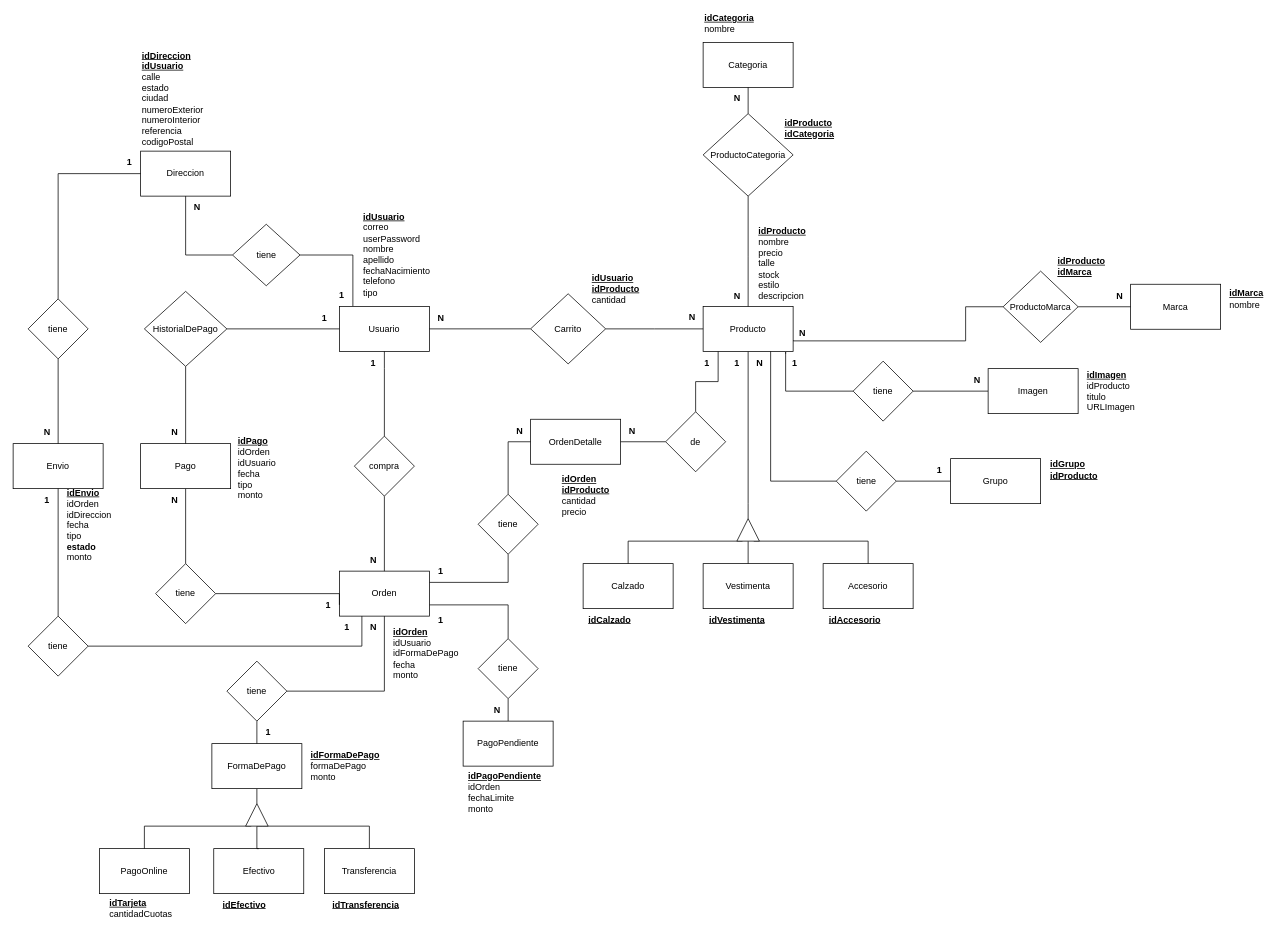
The draw.io diagram documentacion-Ecommerce/MEREcommerce.drawio in YolausGG/ProyectosReact-TrocheGodoy, before the edit. Source tidied: cells renumbered, new cells numbered last; positions are measured from the earlier drawing's top-left corner, leaving out a move shared by most shapes. Both pictures are drawn from the tidied source at 75%, with x=0, y=0 at pixel (13, 16).
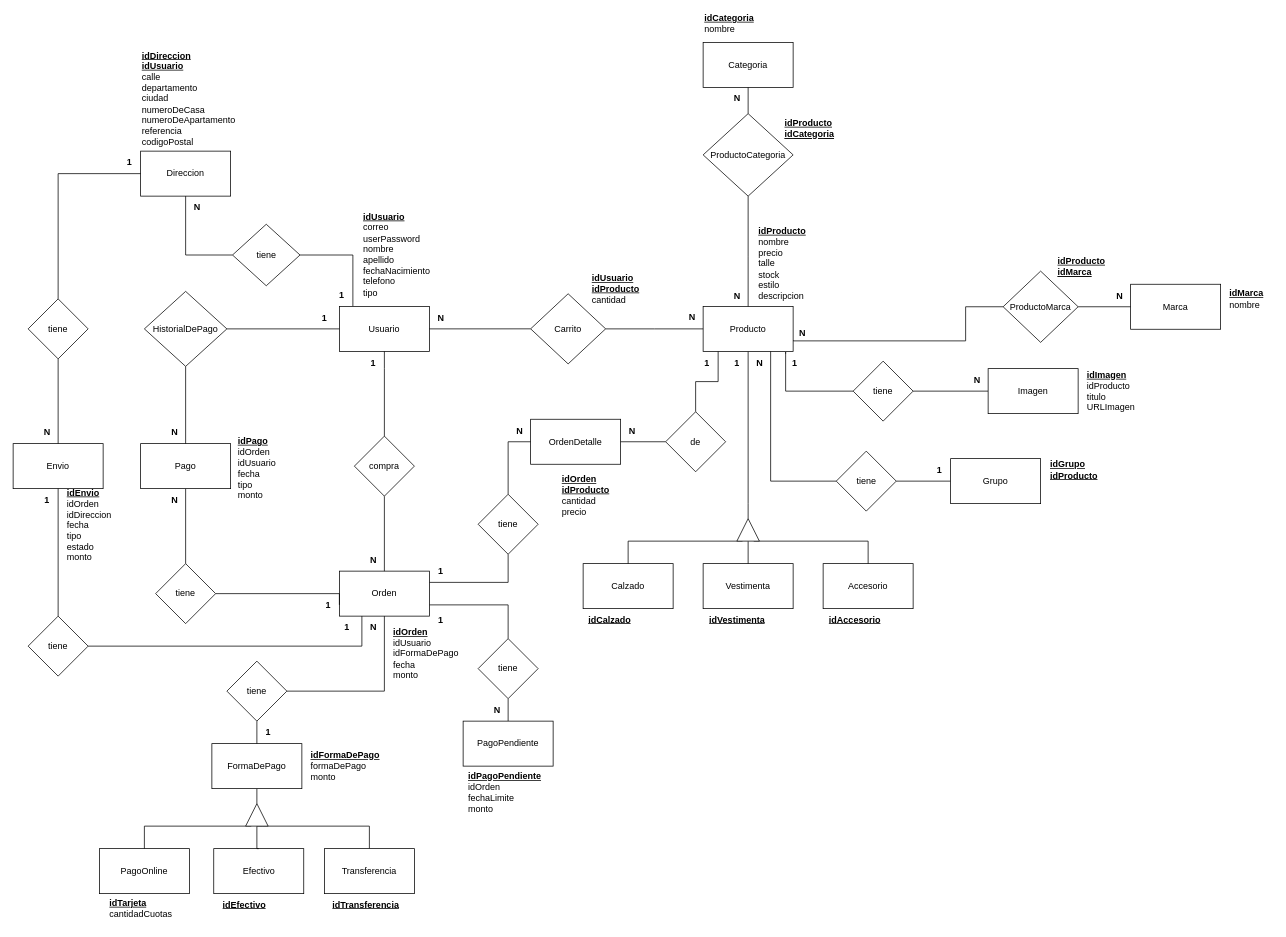
The same diagram, later.

What changed in the source:
```diff
@@
-    <mxCell id="114" value="&lt;u&gt;idDireccion&lt;/u&gt;&lt;div&gt;&lt;u&gt;idUsuario&lt;br&gt;&lt;/u&gt;&lt;div&gt;&lt;span style=&quot;font-weight: normal;&quot;&gt;calle&lt;/span&gt;&lt;/div&gt;&lt;div&gt;&lt;span style=&quot;font-weight: normal;&quot;&gt;estado&lt;/span&gt;&lt;/div&gt;&lt;div&gt;&lt;span style=&quot;font-weight: normal;&quot;&gt;ciudad&lt;/span&gt;&lt;/div&gt;&lt;div&gt;&lt;span style=&quot;font-weight: normal;&quot;&gt;numeroExterior&lt;/span&gt;&lt;/div&gt;&lt;div&gt;&lt;span style=&quot;font-weight: normal;&quot;&gt;numeroInterior&lt;/span&gt;&lt;/div&gt;&lt;div&gt;&lt;span style=&quot;font-weight: normal;&quot;&gt;referencia&lt;/span&gt;&lt;/div&gt;&lt;div&gt;&lt;span style=&quot;font-weight: normal;&quot;&gt;codigoPostal&lt;/span&gt;&lt;/div&gt;&lt;/div&gt;" style="text;html=1;strokeColor=none;fillColor=none;align=left;verticalAlign=middle;whiteSpace=wrap;rounded=0;fontStyle=1;" parent="1" vertex="1">
+    <mxCell id="114" value="&lt;u&gt;idDireccion&lt;/u&gt;&lt;div&gt;&lt;u&gt;idUsuario&lt;br&gt;&lt;/u&gt;&lt;div&gt;&lt;span style=&quot;font-weight: normal;&quot;&gt;calle&lt;/span&gt;&lt;/div&gt;&lt;div&gt;&lt;span style=&quot;font-weight: 400;&quot;&gt;departamento&lt;/span&gt;&lt;/div&gt;&lt;div&gt;&lt;span style=&quot;font-weight: normal;&quot;&gt;ciudad&lt;/span&gt;&lt;/div&gt;&lt;div&gt;&lt;span style=&quot;font-weight: normal;&quot;&gt;numeroDeCasa&lt;/span&gt;&lt;/div&gt;&lt;div&gt;&lt;span style=&quot;font-weight: normal;&quot;&gt;numeroDeApartamento&lt;/span&gt;&lt;/div&gt;&lt;div&gt;&lt;span style=&quot;font-weight: normal;&quot;&gt;referencia&lt;/span&gt;&lt;/div&gt;&lt;div&gt;&lt;span style=&quot;font-weight: normal;&quot;&gt;codigoPostal&lt;/span&gt;&lt;/div&gt;&lt;/div&gt;" style="text;html=1;strokeColor=none;fillColor=none;align=left;verticalAlign=middle;whiteSpace=wrap;rounded=0;fontStyle=1;" parent="1" vertex="1">
       <mxGeometry x="170" y="43.1" width="120" height="133.8" as="geometry" />
     </mxCell>
@@
-    <mxCell id="128" value="&lt;u&gt;idEnvio&lt;/u&gt;&lt;div&gt;&lt;span style=&quot;font-weight: 400;&quot;&gt;idOrden&lt;/span&gt;&lt;u&gt;&lt;br&gt;&lt;/u&gt;&lt;div&gt;&lt;span style=&quot;font-weight: normal;&quot;&gt;idDireccion&lt;/span&gt;&lt;/div&gt;&lt;div&gt;&lt;span style=&quot;font-weight: 400;&quot;&gt;fecha&lt;br&gt;&lt;/span&gt;&lt;span style=&quot;font-weight: normal;&quot;&gt;tipo&lt;/span&gt;&lt;/div&gt;&lt;div&gt;estado&lt;br style=&quot;border-color: var(--border-color); font-weight: 400;&quot;&gt;&lt;span style=&quot;font-weight: 400;&quot;&gt;monto&lt;/span&gt;&lt;br&gt;&lt;div style=&quot;font-weight: normal;&quot;&gt;&lt;/div&gt;&lt;/div&gt;&lt;/div&gt;" style="text;html=1;strokeColor=none;fillColor=none;align=left;verticalAlign=middle;whiteSpace=wrap;rounded=0;fontStyle=1;" parent="1" vertex="1">
+    <mxCell id="128" value="&lt;u&gt;idEnvio&lt;/u&gt;&lt;div&gt;&lt;span style=&quot;font-weight: 400;&quot;&gt;idOrden&lt;/span&gt;&lt;u&gt;&lt;br&gt;&lt;/u&gt;&lt;div&gt;&lt;span style=&quot;font-weight: normal;&quot;&gt;idDireccion&lt;/span&gt;&lt;/div&gt;&lt;div&gt;&lt;span style=&quot;font-weight: 400;&quot;&gt;fecha&lt;br&gt;&lt;/span&gt;&lt;span style=&quot;font-weight: normal;&quot;&gt;tipo&lt;/span&gt;&lt;/div&gt;&lt;div&gt;&lt;span style=&quot;font-weight: normal;&quot;&gt;estado&lt;/span&gt;&lt;br style=&quot;border-color: var(--border-color); font-weight: 400;&quot;&gt;&lt;span style=&quot;font-weight: 400;&quot;&gt;monto&lt;/span&gt;&lt;br&gt;&lt;div style=&quot;font-weight: normal;&quot;&gt;&lt;/div&gt;&lt;/div&gt;&lt;/div&gt;" style="text;html=1;strokeColor=none;fillColor=none;align=left;verticalAlign=middle;whiteSpace=wrap;rounded=0;fontStyle=1;" parent="1" vertex="1">
       <mxGeometry x="70" y="632.5" width="70" height="92.5" as="geometry" />
     </mxCell>
```
